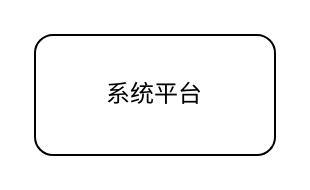
redcomet88/DRAW keeps this draw.io diagram as dev/D025摩托车.drawio. Above is the earlier version. Source tidied: cells renumbered, new cells numbered last; positions are measured from the earlier drawing's top-left corner, leaving out a move shared by most shapes. Both pictures are drawn from the tidied source at 200%, with x=0, y=0 at pixel (34, 34).
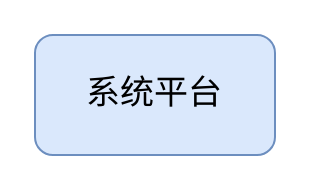
The same diagram, later.

Commit message (it also covers changes not shown here):
更新D025摩托车.drawio

Change to the diagram source:
```diff
@@
 <mxGraphModel>
   <root>
     <mxCell id="0" />
     <mxCell id="1" parent="0" />
-    <mxCell id="2" value="系统平台" style="rounded=1;whiteSpace=wrap;html=1;" parent="1" vertex="1">
+    <mxCell id="2" value="系统平台" style="rounded=1;whiteSpace=wrap;html=1;fillColor=#dae8fc;strokeColor=#6c8ebf;fontSize=17;" parent="1" vertex="1">
       <mxGeometry width="120" height="60" as="geometry" />
     </mxCell>
   </root>
 </mxGraphModel>
```
